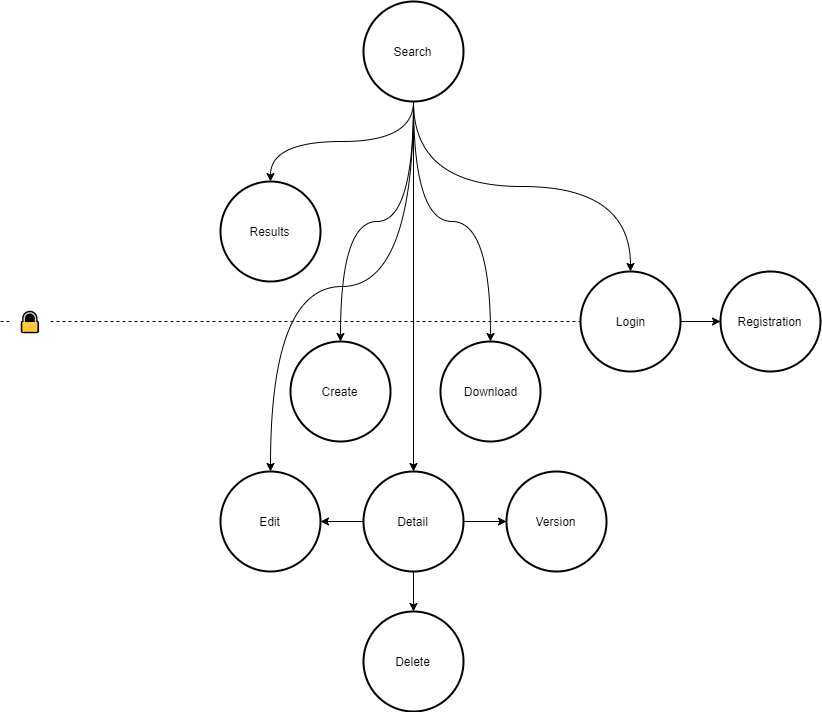
Before: src/ui_flow.png, a diagram exported from draw.io (Skadisson/phoenix). Source tidied: cells renumbered, new cells last; positions are measured from the earlier drawing's top-left corner, leaving out a move shared by most shapes. Source of this version:
```xml
<mxGraphModel>
  <root>
    <mxCell id="0" />
    <mxCell id="1" parent="0" />
    <mxCell id="2" style="endArrow=none;dashed=1;html=1;" parent="1" edge="1" source="21" target="20">
      <mxGeometry relative="1" as="geometry" />
    </mxCell>
    <mxCell id="3" style="endArrow=none;dashed=1;html=1;" parent="1" edge="1" source="20">
      <mxGeometry relative="1" as="geometry">
        <mxPoint x="820" y="320" as="targetPoint" />
      </mxGeometry>
    </mxCell>
    <mxCell id="4" style="edgeStyle=orthogonalEdgeStyle;rounded=0;jettySize=auto;html=1;entryX=0.5;entryY=0;entryDx=0;entryDy=0;entryPerimeter=0;exitX=0.5;exitY=1;exitDx=0;exitDy=0;exitPerimeter=0;curved=1;" parent="1" edge="1" source="10" target="11">
      <mxGeometry relative="1" as="geometry" />
    </mxCell>
    <mxCell id="5" style="edgeStyle=orthogonalEdgeStyle;curved=1;rounded=0;jettySize=auto;html=1;entryX=0;entryY=0.5;entryDx=0;entryDy=0;entryPerimeter=0;" parent="1" edge="1" target="20">
      <mxGeometry relative="1" as="geometry">
        <mxPoint x="680" y="320" as="sourcePoint" />
      </mxGeometry>
    </mxCell>
    <mxCell id="6" style="edgeStyle=orthogonalEdgeStyle;curved=1;rounded=0;jettySize=auto;html=1;entryX=0.5;entryY=0;entryDx=0;entryDy=0;entryPerimeter=0;exitX=0.5;exitY=1;exitDx=0;exitDy=0;exitPerimeter=0;" parent="1" edge="1" source="10" target="12">
      <mxGeometry relative="1" as="geometry" />
    </mxCell>
    <mxCell id="7" style="edgeStyle=orthogonalEdgeStyle;curved=1;rounded=0;jettySize=auto;html=1;entryX=0.5;entryY=0;entryDx=0;entryDy=0;entryPerimeter=0;" parent="1" edge="1" source="10" target="16">
      <mxGeometry relative="1" as="geometry" />
    </mxCell>
    <mxCell id="8" style="edgeStyle=orthogonalEdgeStyle;curved=1;rounded=0;jettySize=auto;html=1;entryX=0.5;entryY=0;entryDx=0;entryDy=0;entryPerimeter=0;exitX=0.5;exitY=1;exitDx=0;exitDy=0;exitPerimeter=0;" parent="1" edge="1" source="10" target="18">
      <mxGeometry relative="1" as="geometry" />
    </mxCell>
    <mxCell id="9" style="edgeStyle=orthogonalEdgeStyle;curved=1;rounded=0;jettySize=auto;html=1;entryX=0.5;entryY=0;entryDx=0;entryDy=0;entryPerimeter=0;exitX=0.5;exitY=1;exitDx=0;exitDy=0;exitPerimeter=0;" parent="1" edge="1" source="10" target="17">
      <mxGeometry relative="1" as="geometry" />
    </mxCell>
    <mxCell id="10" value="Search" style="strokeWidth=2;html=1;shape=mxgraph.flowchart.start_2;whiteSpace=wrap;" parent="1" vertex="1">
      <mxGeometry x="363" width="100" height="100" as="geometry" />
    </mxCell>
    <mxCell id="11" value="Login" style="strokeWidth=2;html=1;shape=mxgraph.flowchart.start_2;whiteSpace=wrap;" parent="1" vertex="1">
      <mxGeometry x="580" y="270" width="100" height="100" as="geometry" />
    </mxCell>
    <mxCell id="12" value="Download" style="strokeWidth=2;html=1;shape=mxgraph.flowchart.start_2;whiteSpace=wrap;" parent="1" vertex="1">
      <mxGeometry x="440" y="340" width="100" height="100" as="geometry" />
    </mxCell>
    <mxCell id="13" style="edgeStyle=orthogonalEdgeStyle;curved=1;rounded=0;jettySize=auto;html=1;entryX=1;entryY=0.5;entryDx=0;entryDy=0;entryPerimeter=0;exitX=0;exitY=0.5;exitDx=0;exitDy=0;exitPerimeter=0;" parent="1" edge="1" source="16" target="18">
      <mxGeometry relative="1" as="geometry" />
    </mxCell>
    <mxCell id="14" style="edgeStyle=orthogonalEdgeStyle;curved=1;rounded=0;jettySize=auto;html=1;entryX=0.5;entryY=0;entryDx=0;entryDy=0;entryPerimeter=0;" parent="1" edge="1" source="16" target="19">
      <mxGeometry relative="1" as="geometry" />
    </mxCell>
    <mxCell id="15" style="edgeStyle=orthogonalEdgeStyle;curved=1;rounded=0;jettySize=auto;html=1;entryX=0;entryY=0.5;entryDx=0;entryDy=0;entryPerimeter=0;endArrow=classic;endFill=1;" parent="1" edge="1" source="16" target="25">
      <mxGeometry relative="1" as="geometry" />
    </mxCell>
    <mxCell id="16" value="Detail" style="strokeWidth=2;html=1;shape=mxgraph.flowchart.start_2;whiteSpace=wrap;" parent="1" vertex="1">
      <mxGeometry x="363" y="470" width="100" height="100" as="geometry" />
    </mxCell>
    <mxCell id="17" value="Create" style="strokeWidth=2;html=1;shape=mxgraph.flowchart.start_2;whiteSpace=wrap;" parent="1" vertex="1">
      <mxGeometry x="290" y="340" width="100" height="100" as="geometry" />
    </mxCell>
    <mxCell id="18" value="Edit" style="strokeWidth=2;html=1;shape=mxgraph.flowchart.start_2;whiteSpace=wrap;" parent="1" vertex="1">
      <mxGeometry x="220" y="470" width="100" height="100" as="geometry" />
    </mxCell>
    <mxCell id="19" value="Delete" style="strokeWidth=2;html=1;shape=mxgraph.flowchart.start_2;whiteSpace=wrap;" parent="1" vertex="1">
      <mxGeometry x="363" y="610" width="100" height="100" as="geometry" />
    </mxCell>
    <mxCell id="20" value="Registration" style="strokeWidth=2;html=1;shape=mxgraph.flowchart.start_2;whiteSpace=wrap;" parent="1" vertex="1">
      <mxGeometry x="720" y="270" width="100" height="100" as="geometry" />
    </mxCell>
    <mxCell id="21" value="🔒" style="text;html=1;strokeColor=none;fillColor=none;align=center;verticalAlign=middle;whiteSpace=wrap;rounded=0;fontSize=20;" parent="1" vertex="1">
      <mxGeometry x="10" y="305" width="40" height="30" as="geometry" />
    </mxCell>
    <mxCell id="22" style="endArrow=none;dashed=1;html=1;" parent="1" edge="1" target="21">
      <mxGeometry relative="1" as="geometry">
        <mxPoint y="320" as="sourcePoint" />
      </mxGeometry>
    </mxCell>
    <mxCell id="23" value="Results" style="strokeWidth=2;html=1;shape=mxgraph.flowchart.start_2;whiteSpace=wrap;" parent="1" vertex="1">
      <mxGeometry x="220" y="180" width="100" height="100" as="geometry" />
    </mxCell>
    <mxCell id="24" style="edgeStyle=orthogonalEdgeStyle;curved=1;rounded=0;jettySize=auto;html=1;entryX=0.5;entryY=0;entryDx=0;entryDy=0;entryPerimeter=0;exitX=0.5;exitY=1;exitDx=0;exitDy=0;exitPerimeter=0;" parent="1" edge="1" source="10" target="23">
      <mxGeometry relative="1" as="geometry" />
    </mxCell>
    <mxCell id="25" value="Version" style="strokeWidth=2;html=1;shape=mxgraph.flowchart.start_2;whiteSpace=wrap;" parent="1" vertex="1">
      <mxGeometry x="506" y="470" width="100" height="100" as="geometry" />
    </mxCell>
  </root>
</mxGraphModel>
```
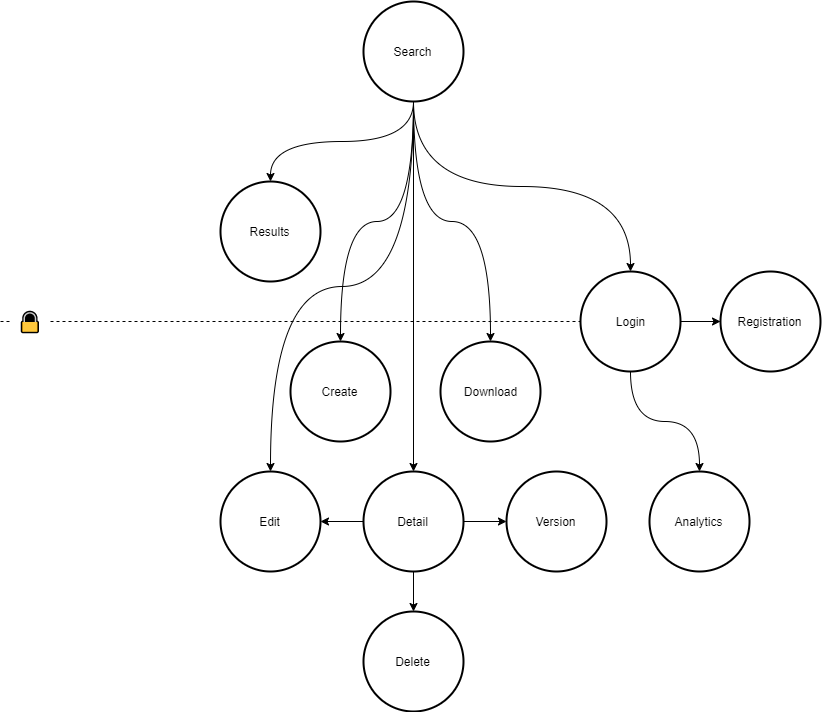
The same file after the commit.

Diff of the diagram source:
```diff
@@ -33,6 +33,9 @@
     <mxCell id="10" value="Search" style="strokeWidth=2;html=1;shape=mxgraph.flowchart.start_2;whiteSpace=wrap;" parent="1" vertex="1">
       <mxGeometry x="363" width="100" height="100" as="geometry" />
     </mxCell>
+    <mxCell id="26" style="edgeStyle=orthogonalEdgeStyle;rounded=0;jettySize=auto;html=1;entryX=0.5;entryY=0;entryDx=0;entryDy=0;entryPerimeter=0;curved=1;" parent="1" edge="1" source="11" target="27">
+      <mxGeometry relative="1" as="geometry" />
+    </mxCell>
     <mxCell id="11" value="Login" style="strokeWidth=2;html=1;shape=mxgraph.flowchart.start_2;whiteSpace=wrap;" parent="1" vertex="1">
       <mxGeometry x="580" y="270" width="100" height="100" as="geometry" />
     </mxCell>
@@ -80,5 +83,8 @@
     <mxCell id="25" value="Version" style="strokeWidth=2;html=1;shape=mxgraph.flowchart.start_2;whiteSpace=wrap;" parent="1" vertex="1">
       <mxGeometry x="506" y="470" width="100" height="100" as="geometry" />
     </mxCell>
+    <mxCell id="27" value="Analytics" style="strokeWidth=2;html=1;shape=mxgraph.flowchart.start_2;whiteSpace=wrap;" parent="1" vertex="1">
+      <mxGeometry x="649" y="470" width="100" height="100" as="geometry" />
+    </mxCell>
   </root>
 </mxGraphModel>
```
